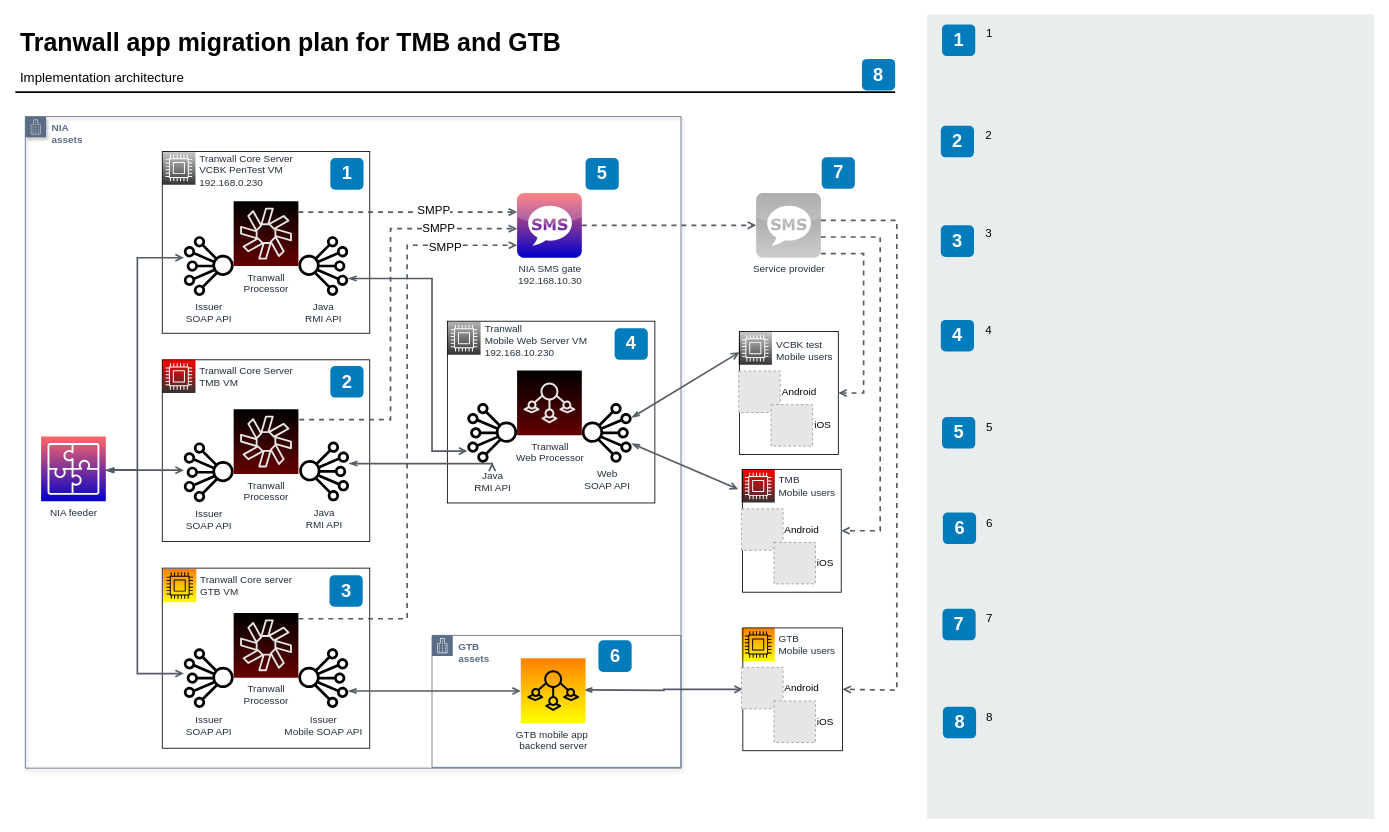
This is Tranwall app migration plan.drawio from 7ak/draw.io, a draw.io file, before an edit. Source tidied: cells renumbered, new cells numbered last; positions are measured from the earlier drawing's top-left corner, leaving out a move shared by most shapes. Both pictures are drawn from the tidied source at 83%, with x=0, y=0 at pixel (15, 14). Pictures stored in the file or linked from it are replaced by grey dashed boxes.
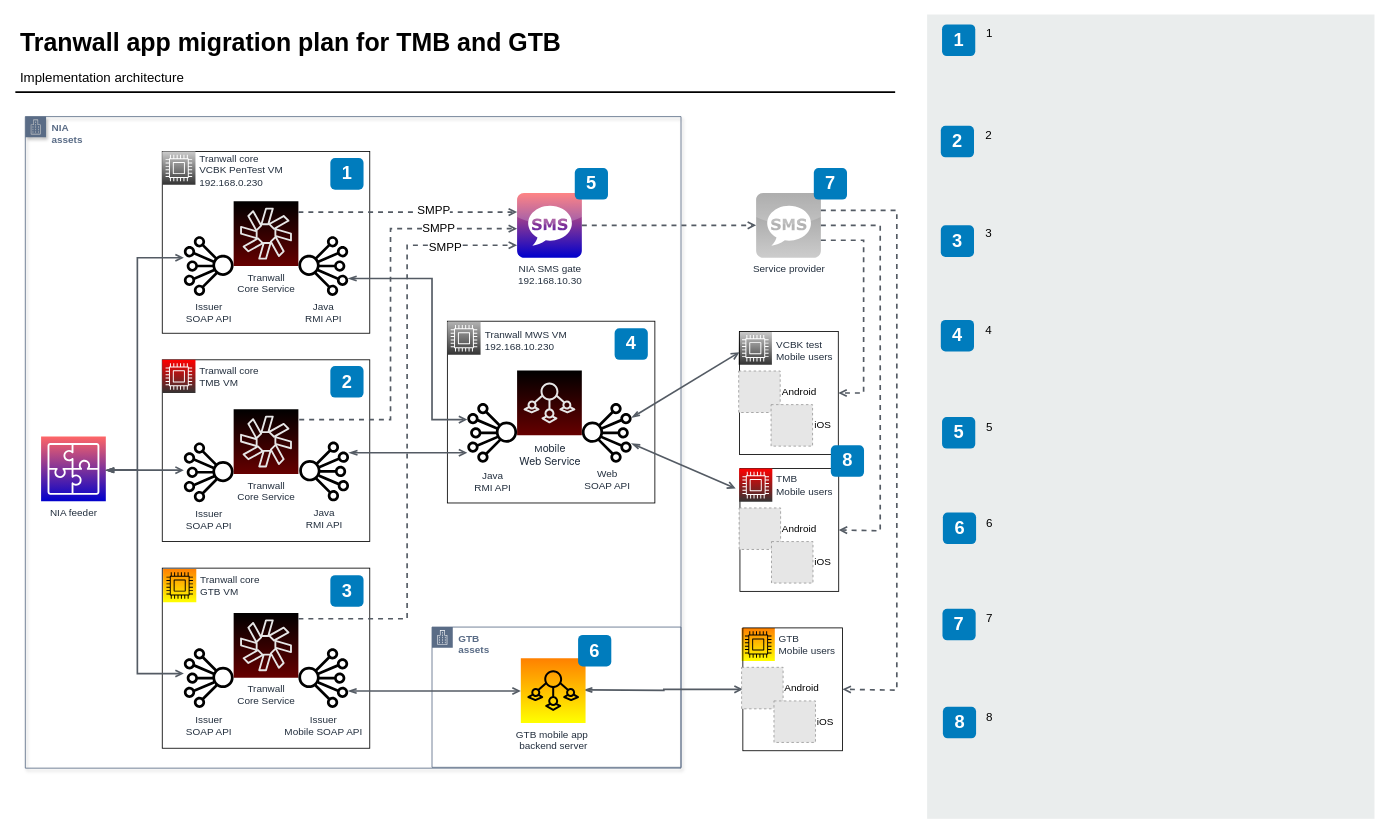
The same diagram, later.

The change refers to these unchanged cells:
```xml
<mxCell id="49" value="Java&lt;br&gt;RMI API" style="outlineConnect=0;fontColor=#232F3E;gradientColor=none;fillColor=#000000;strokeColor=none;dashed=0;verticalLabelPosition=bottom;verticalAlign=top;align=center;html=1;fontSize=12;fontStyle=0;shape=mxgraph.aws4.iot_analytics_channel;flipV=0;flipH=1;" parent="1" vertex="1">
  <mxGeometry x="341" y="267" width="60" height="72" as="geometry" />
</mxCell>
<mxCell id="54" value="Java&lt;br&gt;RMI API" style="outlineConnect=0;fontColor=#232F3E;gradientColor=none;fillColor=#000000;strokeColor=none;dashed=0;verticalLabelPosition=bottom;verticalAlign=top;align=center;html=1;fontSize=12;fontStyle=0;shape=mxgraph.aws4.iot_analytics_channel;flipV=0;flipH=1;" parent="1" vertex="1">
  <mxGeometry x="342" y="514.5" width="60" height="72" as="geometry" />
</mxCell>
<mxCell id="55" value="Java&lt;br&gt;RMI API" style="outlineConnect=0;fontColor=#232F3E;gradientColor=none;fillColor=#000000;strokeColor=none;dashed=0;verticalLabelPosition=bottom;verticalAlign=top;align=center;html=1;fontSize=12;fontStyle=0;shape=mxgraph.aws4.iot_analytics_channel;spacing=4;" parent="1" vertex="1">
  <mxGeometry x="544.5" y="468" width="60" height="72" as="geometry" />
</mxCell>
<mxCell id="70" style="whiteSpace=wrap;html=1;dashed=0;fontColor=#AAB7B8;fontStyle=0;align=left;verticalAlign=top;strokeColor=#000000;fillColor=none;gradientColor=none;spacingLeft=30;" parent="68" vertex="1">
  <mxGeometry x="1" width="119" height="148" as="geometry" />
</mxCell>
<mxCell id="84" style="whiteSpace=wrap;html=1;dashed=0;fontColor=#AAB7B8;fontStyle=0;align=left;verticalAlign=top;strokeColor=#000000;fillColor=none;gradientColor=none;spacingLeft=30;" parent="82" vertex="1">
  <mxGeometry x="1.5" width="120" height="148" as="geometry" />
</mxCell>
<mxCell id="88" value="Service provider" style="dashed=0;outlineConnect=0;html=1;align=center;labelPosition=center;verticalLabelPosition=bottom;verticalAlign=top;shape=mxgraph.webicons.sms;fillColor=#CCCCCC;gradientColor=#999999;strokeColor=#ffffff;fontColor=#232F3E;fontStyle=0;gradientDirection=north;" parent="1" vertex="1">
  <mxGeometry x="892.5" y="215" width="78" height="78" as="geometry" />
</mxCell>
```

What changed in the source:
```diff
@@
+    <mxCell id="10" style="whiteSpace=wrap;html=1;dashed=0;fontColor=#AAB7B8;fontStyle=0;align=left;verticalAlign=top;strokeColor=#000000;fillColor=none;gradientColor=none;spacingLeft=30;" parent="1" vertex="1">
+      <mxGeometry x="177" y="667" width="250" height="217" as="geometry" />
+    </mxCell>
+    <mxCell id="9" style="whiteSpace=wrap;html=1;dashed=0;fontColor=#AAB7B8;fontStyle=0;align=left;verticalAlign=top;strokeColor=#000000;fillColor=none;gradientColor=none;spacingLeft=30;" parent="1" vertex="1">
+      <mxGeometry x="520.5" y="369.5" width="250" height="219" as="geometry" />
+    </mxCell>
+    <mxCell id="7" style="whiteSpace=wrap;html=1;dashed=0;fontColor=#AAB7B8;fontStyle=0;align=left;verticalAlign=top;strokeColor=#000000;fillColor=none;gradientColor=none;spacingLeft=30;" parent="1" vertex="1">
+      <mxGeometry x="177" y="416" width="250" height="219" as="geometry" />
+    </mxCell>
+    <mxCell id="11" style="whiteSpace=wrap;html=1;dashed=0;fontColor=#AAB7B8;fontStyle=0;align=left;verticalAlign=top;strokeColor=#000000;fillColor=none;gradientColor=none;spacingLeft=30;" parent="1" vertex="1">
+      <mxGeometry x="177" y="165" width="250" height="219" as="geometry" />
+    </mxCell>
-    <mxCell id="3" value="&lt;span style=&quot;text-align: left&quot;&gt;Tranwall Core server&lt;/span&gt;&lt;br style=&quot;text-align: left&quot;&gt;&lt;span style=&quot;text-align: left&quot;&gt;GTB VM&lt;/span&gt;" style="fontColor=#232F3E;gradientColor=#FF8000;gradientDirection=north;fillColor=#FFFF00;strokeColor=#000000;dashed=0;verticalLabelPosition=middle;verticalAlign=middle;align=left;html=1;fontSize=12;fontStyle=0;shape=mxgraph.aws4.resourceIcon;resIcon=mxgraph.aws4.compute;labelPosition=right;spacing=5;shadow=0;" parent="1" vertex="1">
+    <mxCell id="3" value="&lt;span style=&quot;text-align: left&quot;&gt;Tranwall core&lt;/span&gt;&lt;br style=&quot;text-align: left&quot;&gt;&lt;span style=&quot;text-align: left&quot;&gt;GTB VM&lt;/span&gt;" style="fontColor=#232F3E;gradientColor=#FF8000;gradientDirection=north;fillColor=#FFFF00;strokeColor=#000000;dashed=0;verticalLabelPosition=middle;verticalAlign=middle;align=left;html=1;fontSize=12;fontStyle=0;shape=mxgraph.aws4.resourceIcon;resIcon=mxgraph.aws4.compute;labelPosition=right;spacing=5;shadow=0;" parent="1" vertex="1">
       <mxGeometry x="178" y="668" width="40" height="40" as="geometry" />
     </mxCell>
-    <mxCell id="4" value="&lt;span style=&quot;text-align: left&quot;&gt;Tranwall Core Server&lt;/span&gt;&lt;br style=&quot;text-align: left&quot;&gt;&lt;span style=&quot;text-align: left&quot;&gt;VCBK PenTest VM&lt;br&gt;192.168.0.230&lt;br&gt;&lt;/span&gt;" style="fontColor=#232F3E;gradientColor=#CCCCCC;gradientDirection=north;fillColor=#333333;strokeColor=#ffffff;dashed=0;verticalLabelPosition=middle;verticalAlign=middle;align=left;html=1;fontSize=12;fontStyle=0;shape=mxgraph.aws4.resourceIcon;resIcon=mxgraph.aws4.compute;labelPosition=right;spacing=5;spacingBottom=-6;" parent="1" vertex="1">
+    <mxCell id="4" value="Tranwall core&lt;br&gt;&lt;span style=&quot;text-align: left&quot;&gt;VCBK PenTest&amp;nbsp;&lt;/span&gt;VM&lt;span style=&quot;text-align: left&quot;&gt;&lt;br&gt;192.168.0.230&lt;br&gt;&lt;/span&gt;" style="fontColor=#232F3E;gradientColor=#CCCCCC;gradientDirection=north;fillColor=#333333;strokeColor=#ffffff;dashed=0;verticalLabelPosition=middle;verticalAlign=middle;align=left;html=1;fontSize=12;fontStyle=0;shape=mxgraph.aws4.resourceIcon;resIcon=mxgraph.aws4.compute;labelPosition=right;spacing=5;spacingBottom=-6;" parent="1" vertex="1">
       <mxGeometry x="177" y="165" width="40" height="40" as="geometry" />
     </mxCell>
-    <mxCell id="5" value="&lt;span style=&quot;text-align: left&quot;&gt;Tranwall Core Server&lt;/span&gt;&lt;br style=&quot;text-align: left&quot;&gt;&lt;span style=&quot;text-align: left&quot;&gt;TMB VM&lt;/span&gt;" style="fontColor=#232F3E;gradientColor=#FF0000;gradientDirection=north;fillColor=#333333;strokeColor=#ffffff;dashed=0;verticalLabelPosition=middle;verticalAlign=middle;align=left;html=1;fontSize=12;fontStyle=0;shape=mxgraph.aws4.resourceIcon;resIcon=mxgraph.aws4.compute;labelPosition=right;spacing=5;" parent="1" vertex="1">
+    <mxCell id="5" value="Tranwall core&lt;span style=&quot;text-align: left&quot;&gt;&lt;br&gt;TMB VM&lt;br&gt;&lt;/span&gt;" style="fontColor=#232F3E;gradientColor=#FF0000;gradientDirection=north;fillColor=#333333;strokeColor=#ffffff;dashed=0;verticalLabelPosition=middle;verticalAlign=middle;align=left;html=1;fontSize=12;fontStyle=0;shape=mxgraph.aws4.resourceIcon;resIcon=mxgraph.aws4.compute;labelPosition=right;spacing=5;" parent="1" vertex="1">
       <mxGeometry x="177" y="416" width="40" height="40" as="geometry" />
     </mxCell>
-    <mxCell id="6" value="&lt;span style=&quot;text-align: left&quot;&gt;Tranwall &lt;br&gt;Mobile Web Server&amp;nbsp;&lt;/span&gt;&lt;span style=&quot;text-align: left&quot;&gt;VM&lt;br&gt;192.168.10.230&lt;br&gt;&lt;/span&gt;" style="fontColor=#232F3E;gradientColor=#B3B3B3;gradientDirection=north;fillColor=#333333;strokeColor=#ffffff;dashed=0;verticalLabelPosition=middle;verticalAlign=middle;align=left;html=1;fontSize=12;fontStyle=0;shape=mxgraph.aws4.resourceIcon;resIcon=mxgraph.aws4.compute;labelPosition=right;spacing=5;spacingBottom=-5;" parent="1" vertex="1">
+    <mxCell id="6" value="&lt;span style=&quot;text-align: left&quot;&gt;Tranwall MWS&amp;nbsp;&lt;/span&gt;&lt;span style=&quot;text-align: left&quot;&gt;VM&lt;br&gt;192.168.10.230&lt;br&gt;&lt;/span&gt;" style="fontColor=#232F3E;gradientColor=#B3B3B3;gradientDirection=north;fillColor=#333333;strokeColor=#ffffff;dashed=0;verticalLabelPosition=middle;verticalAlign=middle;align=left;html=1;fontSize=12;fontStyle=0;shape=mxgraph.aws4.resourceIcon;resIcon=mxgraph.aws4.compute;labelPosition=right;spacing=5;spacingBottom=-5;" parent="1" vertex="1">
       <mxGeometry x="520.5" y="370" width="40" height="40" as="geometry" />
     </mxCell>
-    <mxCell id="7" style="whiteSpace=wrap;html=1;dashed=0;fontColor=#AAB7B8;fontStyle=0;align=left;verticalAlign=top;strokeColor=#000000;fillColor=none;gradientColor=none;spacingLeft=30;" parent="1" vertex="1">
-      <mxGeometry x="177" y="416" width="250" height="219" as="geometry" />
-    </mxCell>
     <mxCell id="8" value="&lt;b&gt;GTB &lt;br&gt;assets&lt;/b&gt;" style="gradientColor=#ffffff;html=1;whiteSpace=wrap;fontSize=12;fontStyle=0;shape=mxgraph.aws4.group;grIcon=mxgraph.aws4.group_corporate_data_center;strokeColor=#5A6C86;fillColor=none;verticalAlign=top;align=left;spacingLeft=30;fontColor=#5A6C86;dashed=0;shadow=0;" parent="1" vertex="1">
-      <mxGeometry x="502" y="748" width="300" height="159" as="geometry" />
+      <mxGeometry x="502" y="738" width="300" height="169" as="geometry" />
     </mxCell>
-    <mxCell id="9" style="whiteSpace=wrap;html=1;dashed=0;fontColor=#AAB7B8;fontStyle=0;align=left;verticalAlign=top;strokeColor=#000000;fillColor=none;gradientColor=none;spacingLeft=30;" parent="1" vertex="1">
-      <mxGeometry x="520.5" y="369.5" width="250" height="219" as="geometry" />
-    </mxCell>
-    <mxCell id="10" style="whiteSpace=wrap;html=1;dashed=0;fontColor=#AAB7B8;fontStyle=0;align=left;verticalAlign=top;strokeColor=#000000;fillColor=none;gradientColor=none;spacingLeft=30;" parent="1" vertex="1">
-      <mxGeometry x="177" y="667" width="250" height="217" as="geometry" />
-    </mxCell>
-    <mxCell id="11" style="whiteSpace=wrap;html=1;dashed=0;fontColor=#AAB7B8;fontStyle=0;align=left;verticalAlign=top;strokeColor=#000000;fillColor=none;gradientColor=none;spacingLeft=30;" parent="1" vertex="1">
-      <mxGeometry x="177" y="165" width="250" height="219" as="geometry" />
-    </mxCell>
@@
-    <mxCell id="36" value="Tranwall&lt;br&gt;Web Processor" style="fontColor=#232F3E;gradientColor=#000000;gradientDirection=north;fillColor=#660000;strokeColor=#E6E6E6;dashed=0;verticalLabelPosition=bottom;verticalAlign=top;align=center;html=1;fontSize=12;fontStyle=0;shape=mxgraph.aws4.resourceIcon;resIcon=mxgraph.aws4.iot_sitewise;shadow=0;spacing=2;" parent="1" vertex="1">
+    <mxCell id="36" value="&lt;span&gt;M&lt;/span&gt;&lt;span style=&quot;font-family: &amp;#34;helvetica neue&amp;#34; ; font-size: 13px&quot;&gt;obile &lt;br&gt;Web Service&lt;/span&gt;" style="fontColor=#232F3E;gradientColor=#000000;gradientDirection=north;fillColor=#660000;strokeColor=#E6E6E6;dashed=0;verticalLabelPosition=bottom;verticalAlign=top;align=center;html=1;fontSize=12;fontStyle=0;shape=mxgraph.aws4.resourceIcon;resIcon=mxgraph.aws4.iot_sitewise;shadow=0;spacing=2;" parent="1" vertex="1">
       <mxGeometry x="604.5" y="429" width="78" height="78" as="geometry" />
     </mxCell>
@@
     <mxCell id="38" value="3" style="rounded=1;whiteSpace=wrap;html=1;fillColor=#007CBD;strokeColor=none;fontColor=#FFFFFF;fontStyle=1;fontSize=22;" parent="1" vertex="1">
-      <mxGeometry x="378.5" y="675.5" width="40" height="38" as="geometry" />
+      <mxGeometry x="379.5" y="675.5" width="40" height="38" as="geometry" />
     </mxCell>
@@
-    <mxCell id="40" value="5" style="rounded=1;whiteSpace=wrap;html=1;fillColor=#007CBD;strokeColor=none;fontColor=#FFFFFF;fontStyle=1;fontSize=22;" parent="1" vertex="1">
-      <mxGeometry x="687" y="173" width="40" height="38" as="geometry" />
-    </mxCell>
-    <mxCell id="41" value="6" style="rounded=1;whiteSpace=wrap;html=1;fillColor=#007CBD;strokeColor=none;fontColor=#FFFFFF;fontStyle=1;fontSize=22;" parent="1" vertex="1">
-      <mxGeometry x="702.5" y="754" width="40" height="38" as="geometry" />
-    </mxCell>
-    <mxCell id="42" value="7" style="rounded=1;whiteSpace=wrap;html=1;fillColor=#007CBD;strokeColor=none;fontColor=#FFFFFF;fontStyle=1;fontSize=22;" parent="1" vertex="1">
-      <mxGeometry x="971.5" y="172" width="40" height="38" as="geometry" />
-    </mxCell>
-    <mxCell id="43" value="8" style="rounded=1;whiteSpace=wrap;html=1;fillColor=#007CBD;strokeColor=none;fontColor=#FFFFFF;fontStyle=1;fontSize=22;" parent="1" vertex="1">
-      <mxGeometry x="1020" y="53.5" width="40" height="38" as="geometry" />
-    </mxCell>
@@
-    <mxCell id="46" value="Tranwall &lt;br&gt;Processor" style="outlineConnect=0;fontColor=#232F3E;gradientColor=#000000;gradientDirection=north;fillColor=#660000;strokeColor=#E6E6E6;dashed=0;verticalLabelPosition=bottom;verticalAlign=top;align=center;html=1;fontSize=12;fontStyle=0;shape=mxgraph.aws4.resourceIcon;resIcon=mxgraph.aws4.chime;shadow=0;" parent="1" vertex="1">
+    <mxCell id="46" value="&lt;span style=&quot;text-align: left&quot;&gt;Tranwall&lt;/span&gt;&lt;br style=&quot;text-align: left&quot;&gt;&lt;span style=&quot;text-align: left&quot;&gt;Core Service&lt;/span&gt;" style="outlineConnect=0;fontColor=#232F3E;gradientColor=#000000;gradientDirection=north;fillColor=#660000;strokeColor=#E6E6E6;dashed=0;verticalLabelPosition=bottom;verticalAlign=top;align=center;html=1;fontSize=12;fontStyle=0;shape=mxgraph.aws4.resourceIcon;resIcon=mxgraph.aws4.chime;shadow=0;" parent="1" vertex="1">
       <mxGeometry x="263" y="721" width="78" height="78" as="geometry" />
     </mxCell>
@@
-    <mxCell id="48" value="Tranwall &lt;br&gt;Processor" style="outlineConnect=0;fontColor=#232F3E;gradientColor=#000000;gradientDirection=north;fillColor=#660000;strokeColor=#E6E6E6;dashed=0;verticalLabelPosition=bottom;verticalAlign=top;align=center;html=1;fontSize=12;fontStyle=0;shape=mxgraph.aws4.resourceIcon;resIcon=mxgraph.aws4.chime;shadow=0;" parent="1" vertex="1">
+    <mxCell id="48" value="&lt;span style=&quot;text-align: left&quot;&gt;Tranwall&lt;br&gt;Core Service&lt;/span&gt;" style="outlineConnect=0;fontColor=#232F3E;gradientColor=#000000;gradientDirection=north;fillColor=#660000;strokeColor=#E6E6E6;dashed=0;verticalLabelPosition=bottom;verticalAlign=top;align=center;html=1;fontSize=12;fontStyle=0;shape=mxgraph.aws4.resourceIcon;resIcon=mxgraph.aws4.chime;shadow=0;" parent="1" vertex="1">
       <mxGeometry x="263" y="225" width="78" height="78" as="geometry" />
     </mxCell>
@@
     <mxCell id="50" style="edgeStyle=orthogonalEdgeStyle;rounded=0;jettySize=auto;html=1;strokeColor=#545B64;strokeWidth=2;endFill=0;endArrow=open;startArrow=openThin;startFill=0;" parent="1" edge="1" source="49" target="55">
       <mxGeometry relative="1" as="geometry">
         <Array as="points">
           <mxPoint x="502" y="318" />
-          <mxPoint x="502" y="526" />
+          <mxPoint x="502" y="488" />
         </Array>
       </mxGeometry>
     </mxCell>
@@
-    <mxCell id="53" value="Tranwall &lt;br&gt;Processor" style="fontColor=#232F3E;gradientColor=#000000;gradientDirection=north;fillColor=#660000;strokeColor=#E6E6E6;dashed=0;verticalLabelPosition=bottom;verticalAlign=top;align=center;html=1;fontSize=12;fontStyle=0;shape=mxgraph.aws4.resourceIcon;resIcon=mxgraph.aws4.chime;shadow=0;" parent="1" vertex="1">
+    <mxCell id="53" value="&lt;span style=&quot;text-align: left&quot;&gt;Tranwall&lt;br&gt;Core Service&lt;/span&gt;" style="fontColor=#232F3E;gradientColor=#000000;gradientDirection=north;fillColor=#660000;strokeColor=#E6E6E6;dashed=0;verticalLabelPosition=bottom;verticalAlign=top;align=center;html=1;fontSize=12;fontStyle=0;shape=mxgraph.aws4.resourceIcon;resIcon=mxgraph.aws4.chime;shadow=0;" parent="1" vertex="1">
       <mxGeometry x="263" y="475.5" width="78" height="78" as="geometry" />
     </mxCell>
@@
     <mxCell id="57" style="edgeStyle=orthogonalEdgeStyle;rounded=0;jettySize=auto;html=1;strokeColor=#545B64;strokeWidth=2;endFill=0;endArrow=open;startArrow=openThin;startFill=0;" parent="1" edge="1" source="54" target="55">
       <mxGeometry relative="1" as="geometry">
         <Array as="points">
-          <mxPoint x="527" y="541" />
-          <mxPoint x="527" y="541" />
+          <mxPoint x="472" y="528" />
+          <mxPoint x="472" y="528" />
         </Array>
       </mxGeometry>
     </mxCell>
@@
     <mxCell id="68" style="group;" parent="1" vertex="1">
-      <mxGeometry x="871.5" y="382" width="120" height="148" as="geometry" />
+      <mxGeometry x="871.5" y="382" width="154" height="195" as="geometry" />
     </mxCell>
@@
     <mxCell id="73" style="group;" parent="1" vertex="1">
-      <mxGeometry x="882" y="548" width="120" height="148" as="geometry" />
+      <mxGeometry x="882" y="548" width="143.5" height="159" as="geometry" />
     </mxCell>
     <mxCell id="74" style="group;" parent="73" vertex="1">
-      <mxGeometry x="-7" width="120" height="148" as="geometry" />
+      <mxGeometry x="-10" y="-1" width="153.5" height="148" as="geometry" />
     </mxCell>
+    <mxCell id="76" style="whiteSpace=wrap;html=1;dashed=0;fontColor=#AAB7B8;fontStyle=0;align=left;verticalAlign=top;strokeColor=#000000;fillColor=none;gradientColor=none;spacingLeft=30;" parent="74" vertex="1">
+      <mxGeometry x="1" width="119" height="148" as="geometry" />
+    </mxCell>
@@
-    <mxCell id="76" style="whiteSpace=wrap;html=1;dashed=0;fontColor=#AAB7B8;fontStyle=0;align=left;verticalAlign=top;strokeColor=#000000;fillColor=none;gradientColor=none;spacingLeft=30;" parent="74" vertex="1">
-      <mxGeometry x="1" width="119" height="148" as="geometry" />
-    </mxCell>
@@
+    <mxCell id="43" value="8" style="rounded=1;whiteSpace=wrap;html=1;fillColor=#007CBD;strokeColor=none;fontColor=#FFFFFF;fontStyle=1;fontSize=22;" parent="74" vertex="1">
+      <mxGeometry x="110.5" y="-28" width="40" height="38" as="geometry" />
+    </mxCell>
@@
     <mxCell id="89" style="rounded=0;jettySize=auto;html=1;strokeColor=#545B64;strokeWidth=2;endFill=0;endArrow=open;startArrow=none;startFill=0;dashed=1;entryX=1;entryY=0.5;entryDx=0;entryDy=0;edgeStyle=orthogonalEdgeStyle;" parent="1" edge="1" source="88" target="70">
       <mxGeometry relative="1" as="geometry">
         <Array as="points">
-          <mxPoint x="1022" y="288" />
+          <mxPoint x="1022" y="272" />
           <mxPoint x="1022" y="456" />
         </Array>
       </mxGeometry>
     </mxCell>
     <mxCell id="90" style="rounded=0;jettySize=auto;html=1;strokeColor=#545B64;strokeWidth=2;endFill=0;endArrow=open;startArrow=none;startFill=0;dashed=1;entryX=1;entryY=0.5;entryDx=0;entryDy=0;edgeStyle=orthogonalEdgeStyle;" parent="1" edge="1" source="88" target="76">
       <mxGeometry relative="1" as="geometry">
         <Array as="points">
-          <mxPoint x="1042" y="268" />
+          <mxPoint x="1042" y="254" />
           <mxPoint x="1042" y="622" />
         </Array>
       </mxGeometry>
     </mxCell>
     <mxCell id="91" style="rounded=0;jettySize=auto;html=1;strokeColor=#545B64;strokeWidth=2;endFill=0;endArrow=open;startArrow=none;startFill=0;dashed=1;entryX=1;entryY=0.5;entryDx=0;entryDy=0;edgeStyle=orthogonalEdgeStyle;" parent="1" edge="1" source="88" target="84">
       <mxGeometry relative="1" as="geometry">
         <Array as="points">
-          <mxPoint x="1062" y="248" />
+          <mxPoint x="1062" y="236" />
           <mxPoint x="1062" y="814" />
         </Array>
       </mxGeometry>
     </mxCell>
+    <mxCell id="41" value="6" style="rounded=1;whiteSpace=wrap;html=1;fillColor=#007CBD;strokeColor=none;fontColor=#FFFFFF;fontStyle=1;fontSize=22;" parent="1" vertex="1">
+      <mxGeometry x="678" y="747.5" width="40" height="38" as="geometry" />
+    </mxCell>
+    <mxCell id="40" value="5" style="rounded=1;whiteSpace=wrap;html=1;fillColor=#007CBD;strokeColor=none;fontColor=#FFFFFF;fontStyle=1;fontSize=22;" parent="1" vertex="1">
+      <mxGeometry x="674" y="185" width="40" height="38" as="geometry" />
+    </mxCell>
+    <mxCell id="42" value="7" style="rounded=1;whiteSpace=wrap;html=1;fillColor=#007CBD;strokeColor=none;fontColor=#FFFFFF;fontStyle=1;fontSize=22;" parent="1" vertex="1">
+      <mxGeometry x="962" y="185" width="40" height="38" as="geometry" />
+    </mxCell>
```
